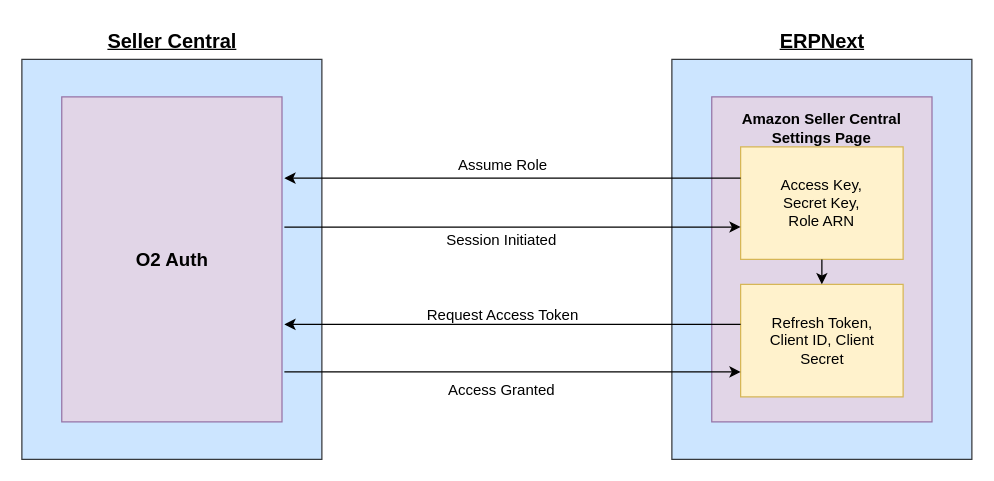
Earlier version of the draw.io diagram SP_API_Connection.drawio (GVicky98/Seller-Central-API-Flow). Source tidied: cells renumbered, new cells numbered last; positions are measured from the earlier drawing's top-left corner, leaving out a move shared by most shapes. Both pictures are drawn from the tidied source at 125%, with x=0, y=0 at pixel (21, 21).
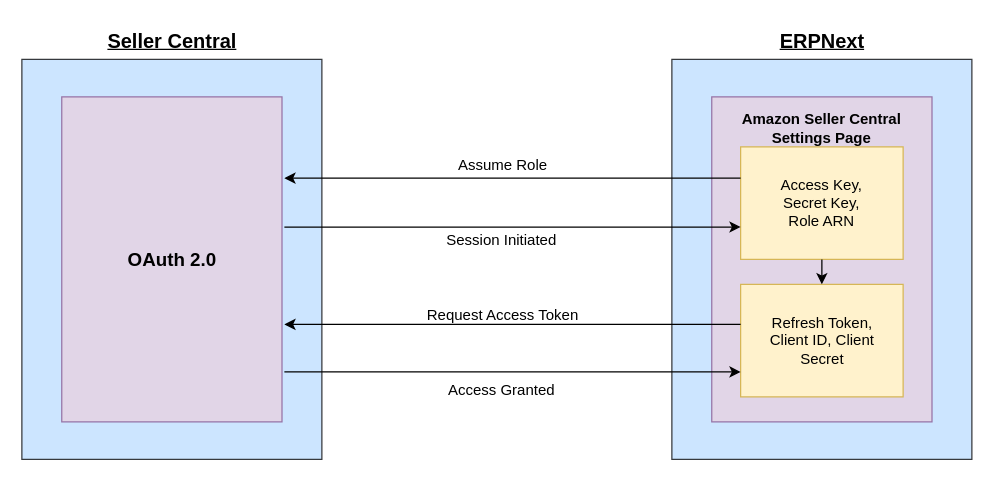
Above is the later version.

Change to the diagram source:
```diff
@@
-    <mxCell id="13" value="&lt;div style=&quot;font-size: 15px;&quot;&gt;&lt;font style=&quot;font-size: 15px;&quot;&gt;O2 Auth&lt;/font&gt;&lt;/div&gt;" style="text;html=1;align=center;verticalAlign=middle;whiteSpace=wrap;rounded=0;fontStyle=1;fontSize=15;" parent="1" vertex="1">
+    <mxCell id="13" value="&lt;div style=&quot;font-size: 15px;&quot;&gt;&lt;font style=&quot;font-size: 15px;&quot;&gt;OAuth 2.0&lt;/font&gt;&lt;/div&gt;" style="text;html=1;align=center;verticalAlign=middle;whiteSpace=wrap;rounded=0;fontStyle=1;fontSize=15;" parent="1" vertex="1">
       <mxGeometry x="52.5" y="130" width="135" height="120" as="geometry" />
     </mxCell>
```
